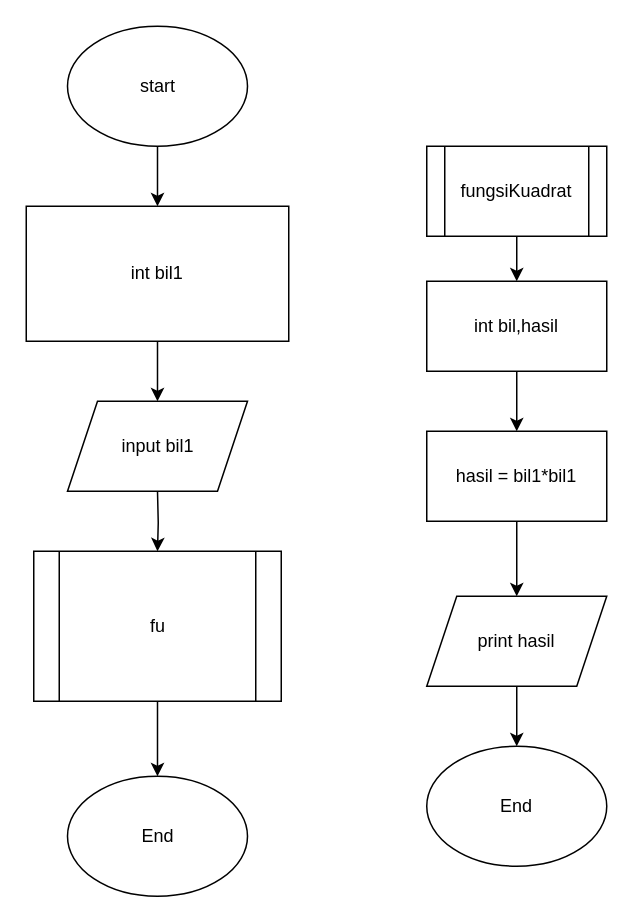
Earlier version of the draw.io diagram page "Page-2" (2 of 3) of Logika Algoritman.drawio (hafidalim/praktikum4_KP). Source tidied: cells renumbered, new cells numbered last; positions are measured from the earlier drawing's top-left corner, leaving out a move shared by most shapes. Both pictures are drawn from the tidied source at 150%, with x=0, y=0 at pixel (26, 26).
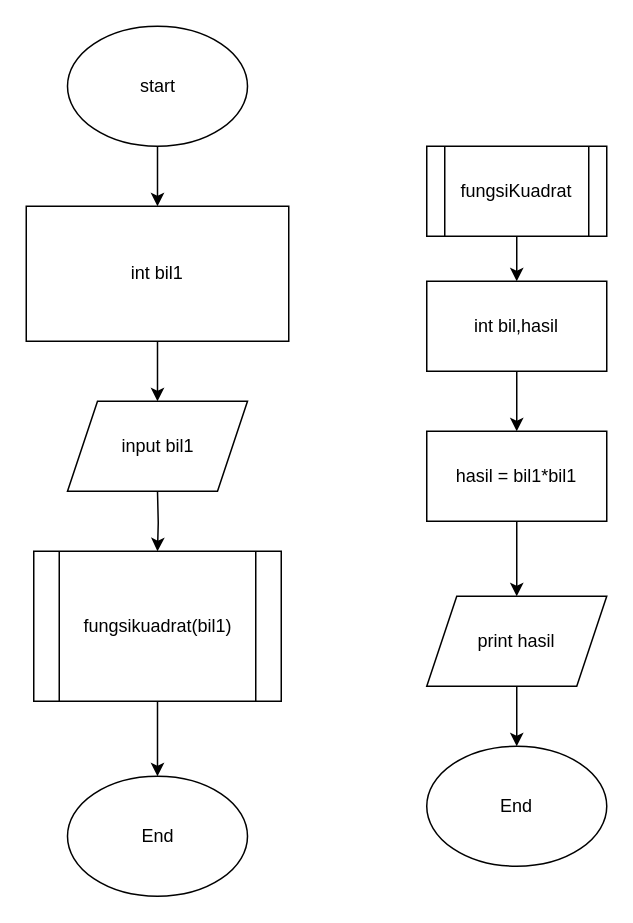
The same page after the edit.

What changed in the source:
```diff
@@
-    <mxCell id="15" value="fu" style="shape=process;whiteSpace=wrap;html=1;backgroundOutline=1;" parent="1" vertex="1">
+    <mxCell id="15" value="fungsikuadrat(bil1)" style="shape=process;whiteSpace=wrap;html=1;backgroundOutline=1;" parent="1" vertex="1">
       <mxGeometry x="5" y="350" width="165" height="100" as="geometry" />
     </mxCell>
```
